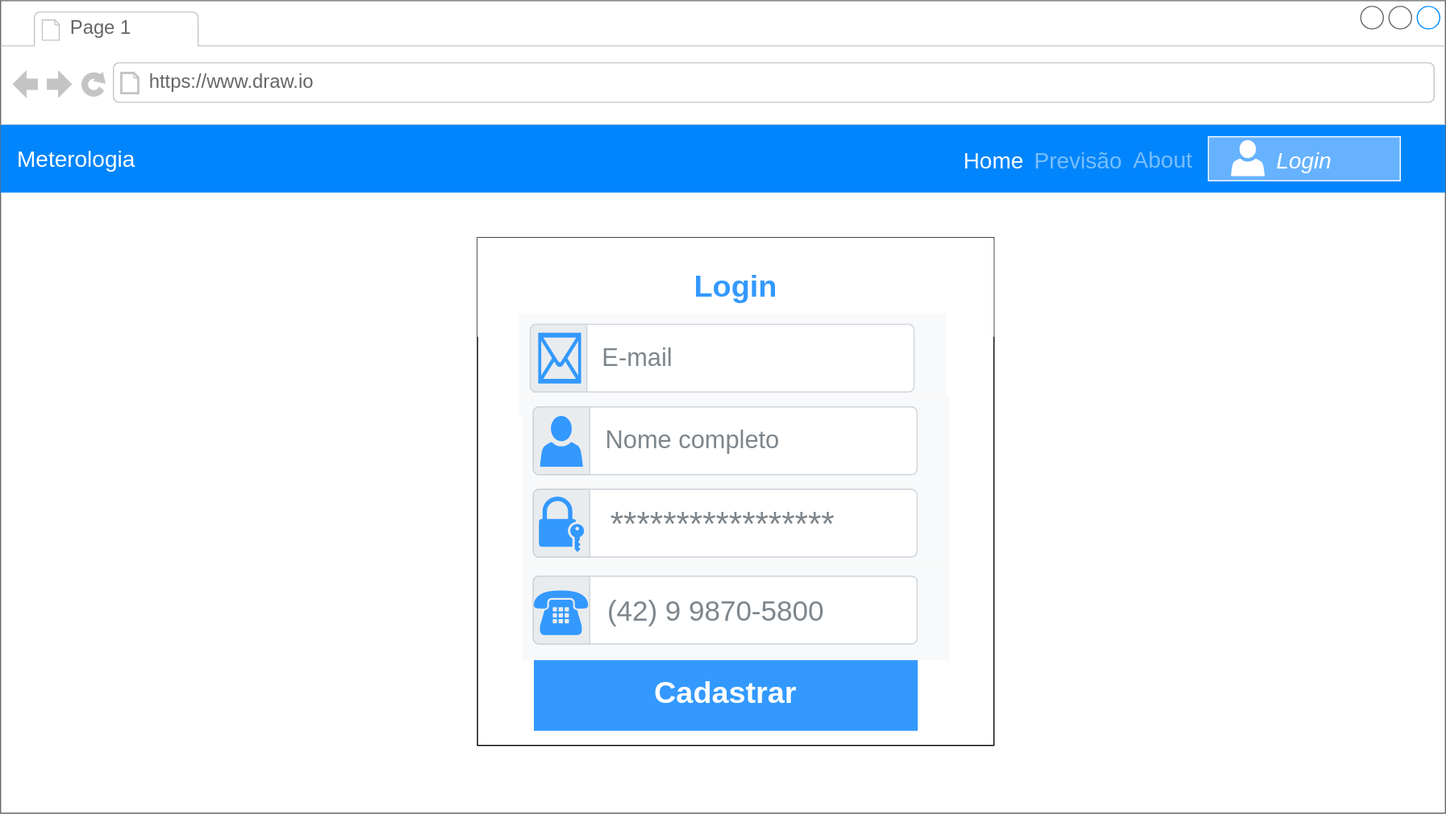
Above: wireframe/login-view.svg in LeoMatheus/bischoflima.github.io (draw.io), before the change. Source tidied: cells renumbered, new cells last; positions are measured from the earlier drawing's top-left corner, leaving out a move shared by most shapes. The source it was exported from:
```xml
<mxGraphModel>
  <root>
    <mxCell id="0" />
    <mxCell id="1" parent="0" />
    <mxCell id="2" style="strokeWidth=1;shadow=0;dashed=0;align=center;html=1;shape=mxgraph.mockup.containers.browserWindow;rSize=0;strokeColor=#666666;strokeColor2=#008cff;strokeColor3=#c4c4c4;mainText=,;" parent="1" vertex="1">
      <mxGeometry width="1280" height="720" as="geometry" />
    </mxCell>
    <mxCell id="3" value="Page 1" style="strokeWidth=1;shadow=0;dashed=0;align=center;html=1;shape=mxgraph.mockup.containers.anchor;fontSize=17;fontColor=#666666;align=left;" parent="2" vertex="1">
      <mxGeometry x="60" y="12" width="110" height="26" as="geometry" />
    </mxCell>
    <mxCell id="4" value="https://www.draw.io" style="strokeWidth=1;shadow=0;dashed=0;align=center;html=1;shape=mxgraph.mockup.containers.anchor;rSize=0;fontSize=17;fontColor=#666666;align=left;" parent="2" vertex="1">
      <mxGeometry x="130" y="60" width="250" height="26" as="geometry" />
    </mxCell>
    <mxCell id="5" value="&lt;font style=&quot;font-size: 20px&quot;&gt;Meterologia&lt;/font&gt;" style="html=1;shadow=0;dashed=0;fillColor=#0085FC;strokeColor=none;fontSize=16;fontColor=#ffffff;align=left;spacing=15;" parent="2" vertex="1">
      <mxGeometry y="110" width="1280" height="60" as="geometry" />
    </mxCell>
    <mxCell id="6" style="group;" parent="2" vertex="1">
      <mxGeometry x="422.5" y="210" width="507.5" height="450" as="geometry" />
    </mxCell>
    <mxCell id="7" style="rounded=0;whiteSpace=wrap;html=1;" parent="6" vertex="1">
      <mxGeometry width="457.5" height="450" as="geometry" />
    </mxCell>
    <mxCell id="8" value="&lt;b&gt;&lt;font style=&quot;font-size: 27px&quot;&gt;Login&lt;/font&gt;&lt;/b&gt;" style="html=1;shadow=0;dashed=0;strokeColor=none;fontSize=16;align=center;spacing=15;labelBackgroundColor=none;fillColor=#FFFFFF;fontColor=#3399FF;" parent="6" vertex="1">
      <mxGeometry width="457.5" height="87.8" as="geometry" />
    </mxCell>
    <mxCell id="9" style="group;" parent="6" vertex="1">
      <mxGeometry x="36.8" y="66.8" width="378.7" height="276" as="geometry" />
    </mxCell>
    <mxCell id="10" style="html=1;shadow=0;dashed=0;fillColor=#F8F9FA;strokeColor=none;fontSize=16;fontColor=#181819;align=left;spacing=15;" parent="9" vertex="1">
      <mxGeometry width="378.7" height="90" as="geometry" />
    </mxCell>
    <mxCell id="11" value="&lt;font style=&quot;font-size: 22px&quot;&gt;&amp;nbsp; E-mail&lt;/font&gt;" style="html=1;shadow=0;dashed=0;shape=mxgraph.bootstrap.rrect;rSize=5;strokeColor=#CED4DA;html=1;whiteSpace=wrap;fillColor=#FFFFFF;fontColor=#7D868C;align=left;spacingLeft=50;fontSize=14;" parent="10" vertex="1">
      <mxGeometry width="340" height="60" relative="1" as="geometry">
        <mxPoint x="10" y="10" as="offset" />
      </mxGeometry>
    </mxCell>
    <mxCell id="12" style="html=1;shadow=0;dashed=0;shape=mxgraph.bootstrap.leftButton;strokeColor=inherit;gradientColor=inherit;fontColor=inherit;fillColor=#E9ECEF;rSize=5;perimeter=none;whiteSpace=wrap;" parent="11" vertex="1">
      <mxGeometry width="50" height="60" relative="1" as="geometry" />
    </mxCell>
    <mxCell id="13" style="shape=mxgraph.signs.tech.mail;html=1;strokeColor=none;verticalLabelPosition=bottom;verticalAlign=top;align=center;labelBackgroundColor=none;fontSize=20;fontColor=#E6E6E6;fillColor=#3399FF;" parent="11" vertex="1">
      <mxGeometry x="7" y="7.5" width="38" height="45" as="geometry" />
    </mxCell>
    <mxCell id="14" value="&lt;b&gt;&lt;font style=&quot;font-size: 27px&quot;&gt;Cadastrar&lt;/font&gt;&lt;/b&gt;" style="html=1;shadow=0;dashed=0;strokeColor=none;fontSize=16;align=center;spacing=15;labelBackgroundColor=none;fillColor=#3399FF;fontColor=#FFFFFF;" parent="6" vertex="1">
      <mxGeometry x="50" y="371.2" width="340" height="65.8" as="geometry" />
    </mxCell>
    <mxCell id="15" style="html=1;shadow=0;dashed=0;fillColor=#F8F9FA;strokeColor=none;fontSize=16;fontColor=#181819;align=left;spacing=15;" parent="6" vertex="1">
      <mxGeometry x="39.4" y="140" width="378.7" height="82.2" as="geometry" />
    </mxCell>
    <mxCell id="16" value="&lt;font style=&quot;font-size: 22px&quot;&gt;&amp;nbsp; Nome completo&lt;br&gt;&lt;/font&gt;" style="html=1;shadow=0;dashed=0;shape=mxgraph.bootstrap.rrect;rSize=5;strokeColor=#CED4DA;html=1;whiteSpace=wrap;fillColor=#FFFFFF;fontColor=#7D868C;align=left;spacingLeft=50;fontSize=14;" parent="15" vertex="1">
      <mxGeometry width="340" height="60" relative="1" as="geometry">
        <mxPoint x="10" y="10" as="offset" />
      </mxGeometry>
    </mxCell>
    <mxCell id="17" style="html=1;shadow=0;dashed=0;shape=mxgraph.bootstrap.leftButton;strokeColor=inherit;gradientColor=inherit;fontColor=inherit;fillColor=#E9ECEF;rSize=5;perimeter=none;whiteSpace=wrap;" parent="16" vertex="1">
      <mxGeometry width="50" height="60" relative="1" as="geometry" />
    </mxCell>
    <mxCell id="18" style="shadow=0;dashed=0;html=1;strokeColor=none;labelPosition=center;verticalLabelPosition=bottom;verticalAlign=top;align=center;shape=mxgraph.office.users.user;labelBackgroundColor=none;fontSize=20;fontColor=#E6E6E6;fillColor=#3399FF;" parent="16" vertex="1">
      <mxGeometry x="6" y="8" width="38" height="45" as="geometry" />
    </mxCell>
    <mxCell id="19" style="html=1;shadow=0;dashed=0;fillColor=#F8F9FA;strokeColor=none;fontSize=16;fontColor=#181819;align=left;spacing=15;" parent="6" vertex="1">
      <mxGeometry x="39.4" y="213" width="378.7" height="84.4" as="geometry" />
    </mxCell>
    <mxCell id="20" value="&lt;font style=&quot;font-size: 30px&quot;&gt;&amp;nbsp; *****************&lt;/font&gt;" style="html=1;shadow=0;dashed=0;shape=mxgraph.bootstrap.rrect;rSize=5;strokeColor=#CED4DA;html=1;whiteSpace=wrap;fillColor=#FFFFFF;fontColor=#7D868C;align=left;spacingLeft=50;fontSize=14;" parent="19" vertex="1">
      <mxGeometry width="340" height="60" relative="1" as="geometry">
        <mxPoint x="10" y="10" as="offset" />
      </mxGeometry>
    </mxCell>
    <mxCell id="21" style="html=1;shadow=0;dashed=0;shape=mxgraph.bootstrap.leftButton;strokeColor=inherit;gradientColor=inherit;fontColor=inherit;fillColor=#E9ECEF;rSize=5;perimeter=none;whiteSpace=wrap;" parent="20" vertex="1">
      <mxGeometry width="50" height="60" relative="1" as="geometry" />
    </mxCell>
    <mxCell id="22" style="shadow=0;dashed=0;html=1;strokeColor=none;labelPosition=center;verticalLabelPosition=bottom;verticalAlign=top;align=center;shape=mxgraph.office.security.lock_with_key_security;fontSize=20;labelBackgroundColor=none;fontColor=#E6E6E6;fillColor=#3399FF;" parent="20" vertex="1">
      <mxGeometry x="5" y="6.5" width="40" height="49" as="geometry" />
    </mxCell>
    <mxCell id="23" style="html=1;shadow=0;dashed=0;fillColor=#F8F9FA;strokeColor=none;fontSize=16;fontColor=#181819;align=left;spacing=15;" parent="6" vertex="1">
      <mxGeometry x="39.4" y="290" width="378.7" height="84.4" as="geometry" />
    </mxCell>
    <mxCell id="24" value="&lt;sub&gt;&lt;font style=&quot;font-size: 25px&quot;&gt;&amp;nbsp; (42) 9 9870-5800&lt;/font&gt;&lt;/sub&gt;" style="html=1;shadow=0;dashed=0;shape=mxgraph.bootstrap.rrect;rSize=5;strokeColor=#CED4DA;html=1;whiteSpace=wrap;fillColor=#FFFFFF;fontColor=#7D868C;align=left;spacingLeft=50;fontSize=14;" parent="23" vertex="1">
      <mxGeometry width="340" height="60" relative="1" as="geometry">
        <mxPoint x="10" y="10" as="offset" />
      </mxGeometry>
    </mxCell>
    <mxCell id="25" style="html=1;shadow=0;dashed=0;shape=mxgraph.bootstrap.leftButton;strokeColor=inherit;gradientColor=inherit;fontColor=inherit;fillColor=#E9ECEF;rSize=5;perimeter=none;whiteSpace=wrap;" parent="24" vertex="1">
      <mxGeometry width="50" height="60" relative="1" as="geometry" />
    </mxCell>
    <mxCell id="26" style="shadow=0;dashed=0;html=1;strokeColor=none;labelPosition=center;verticalLabelPosition=bottom;verticalAlign=top;align=center;shape=mxgraph.office.devices.phone_traditional;fillColor=#3399FF;" parent="24" vertex="1">
      <mxGeometry x="0.5" y="12.2" width="48" height="40" as="geometry" />
    </mxCell>
    <mxCell id="27" style="group;" parent="2" vertex="1">
      <mxGeometry x="840" y="119.5" width="410" height="41" as="geometry" />
    </mxCell>
    <mxCell id="28" value="Previsão" style="fillColor=none;strokeColor=none;fontSize=20;fontColor=#79BFFD;align=center;" parent="27" vertex="1">
      <mxGeometry x="80" y="1" width="70" height="40" as="geometry" />
    </mxCell>
    <mxCell id="29" value="Home" style="fillColor=none;strokeColor=none;fontSize=20;align=center;spacingRight=0;fontColor=#FFFFFF;" parent="27" vertex="1">
      <mxGeometry y="1" width="80" height="39" as="geometry" />
    </mxCell>
    <mxCell id="30" value="About" style="fillColor=none;strokeColor=none;fontSize=20;fontColor=#79BFFD;align=center;" parent="27" vertex="1">
      <mxGeometry x="150" width="80" height="40" as="geometry" />
    </mxCell>
    <mxCell id="31" style="group;" parent="27" vertex="1">
      <mxGeometry x="230" y="1" width="170" height="39" as="geometry" />
    </mxCell>
    <mxCell id="32" value="Login" style="fontSize=20;align=center;spacingRight=0;fillColor=#66B2FF;fontColor=#FFFFFF;fontStyle=2;labelBorderColor=none;strokeColor=#FFFFFF;" parent="31" vertex="1">
      <mxGeometry width="170" height="39" as="geometry" />
    </mxCell>
    <mxCell id="33" style="shadow=0;dashed=0;html=1;strokeColor=none;labelPosition=center;verticalLabelPosition=bottom;verticalAlign=top;align=center;shape=mxgraph.office.users.user;labelBackgroundColor=none;fontSize=20;fontColor=#E6E6E6;fillColor=#FFFFFF;" parent="31" vertex="1">
      <mxGeometry x="20" y="3" width="30" height="32" as="geometry" />
    </mxCell>
  </root>
</mxGraphModel>
```
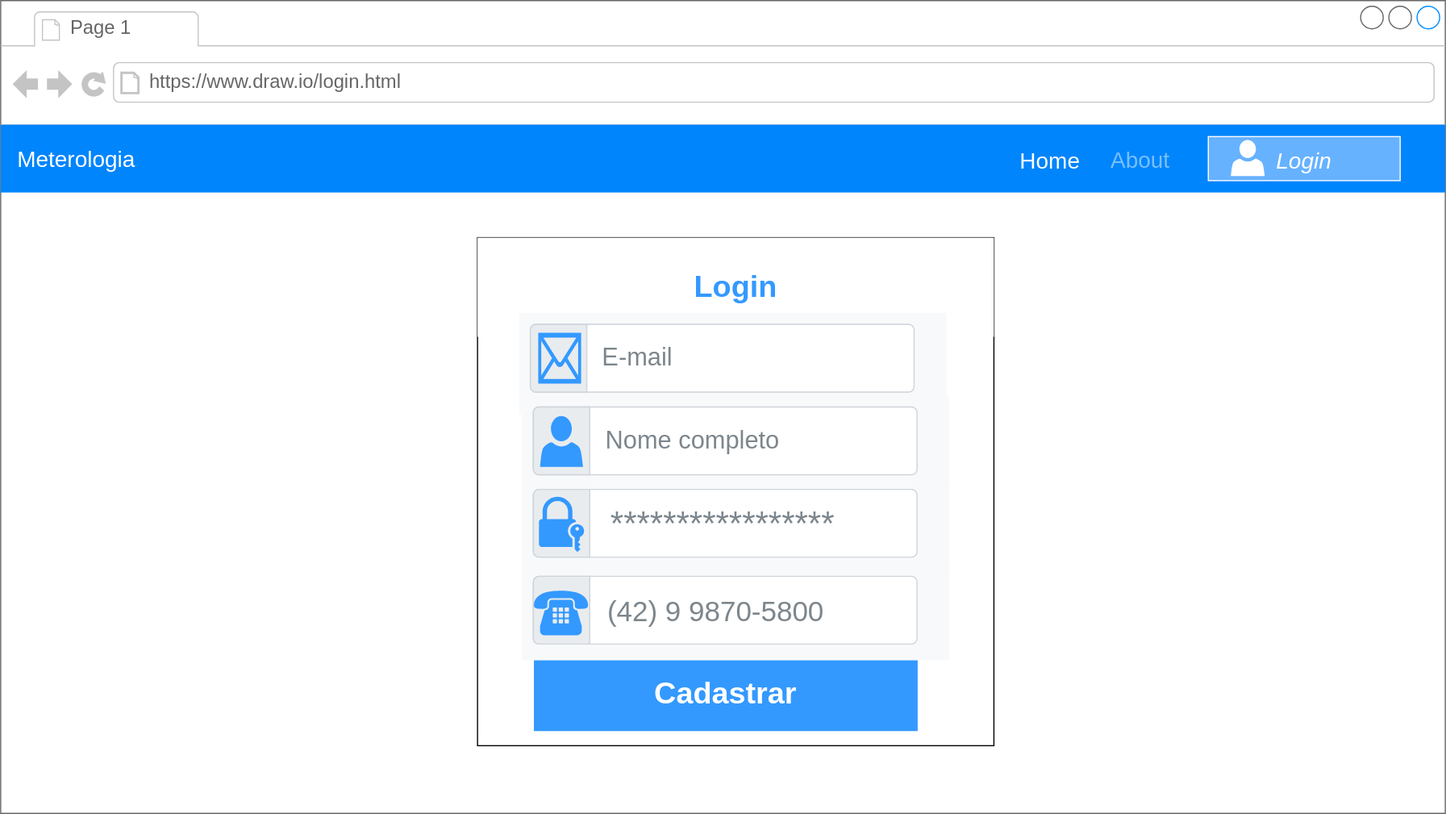
The same diagram one commit later.

Commit message:
criada a view de dados do cliente

Diff of the diagram source:
```diff
@@ -8,7 +8,7 @@
     <mxCell id="3" value="Page 1" style="strokeWidth=1;shadow=0;dashed=0;align=center;html=1;shape=mxgraph.mockup.containers.anchor;fontSize=17;fontColor=#666666;align=left;" parent="2" vertex="1">
       <mxGeometry x="60" y="12" width="110" height="26" as="geometry" />
     </mxCell>
-    <mxCell id="4" value="https://www.draw.io" style="strokeWidth=1;shadow=0;dashed=0;align=center;html=1;shape=mxgraph.mockup.containers.anchor;rSize=0;fontSize=17;fontColor=#666666;align=left;" parent="2" vertex="1">
+    <mxCell id="4" value="https://www.draw.io/login.html" style="strokeWidth=1;shadow=0;dashed=0;align=center;html=1;shape=mxgraph.mockup.containers.anchor;rSize=0;fontSize=17;fontColor=#666666;align=left;" parent="2" vertex="1">
       <mxGeometry x="130" y="60" width="250" height="26" as="geometry" />
     </mxCell>
     <mxCell id="5" value="&lt;font style=&quot;font-size: 20px&quot;&gt;Meterologia&lt;/font&gt;" style="html=1;shadow=0;dashed=0;fillColor=#0085FC;strokeColor=none;fontSize=16;fontColor=#ffffff;align=left;spacing=15;" parent="2" vertex="1">
@@ -88,15 +88,9 @@
     <mxCell id="27" style="group;" parent="2" vertex="1">
       <mxGeometry x="840" y="119.5" width="410" height="41" as="geometry" />
     </mxCell>
-    <mxCell id="28" value="Previsão" style="fillColor=none;strokeColor=none;fontSize=20;fontColor=#79BFFD;align=center;" parent="27" vertex="1">
-      <mxGeometry x="80" y="1" width="70" height="40" as="geometry" />
-    </mxCell>
     <mxCell id="29" value="Home" style="fillColor=none;strokeColor=none;fontSize=20;align=center;spacingRight=0;fontColor=#FFFFFF;" parent="27" vertex="1">
-      <mxGeometry y="1" width="80" height="39" as="geometry" />
+      <mxGeometry x="50" y="1" width="80" height="39" as="geometry" />
     </mxCell>
-    <mxCell id="30" value="About" style="fillColor=none;strokeColor=none;fontSize=20;fontColor=#79BFFD;align=center;" parent="27" vertex="1">
-      <mxGeometry x="150" width="80" height="40" as="geometry" />
-    </mxCell>
     <mxCell id="31" style="group;" parent="27" vertex="1">
       <mxGeometry x="230" y="1" width="170" height="39" as="geometry" />
     </mxCell>
@@ -106,5 +100,8 @@
     <mxCell id="33" style="shadow=0;dashed=0;html=1;strokeColor=none;labelPosition=center;verticalLabelPosition=bottom;verticalAlign=top;align=center;shape=mxgraph.office.users.user;labelBackgroundColor=none;fontSize=20;fontColor=#E6E6E6;fillColor=#FFFFFF;" parent="31" vertex="1">
       <mxGeometry x="20" y="3" width="30" height="32" as="geometry" />
     </mxCell>
+    <mxCell id="30" value="About" style="fillColor=none;strokeColor=none;fontSize=20;fontColor=#79BFFD;align=center;" parent="2" vertex="1">
+      <mxGeometry x="970" y="119.5" width="80" height="40" as="geometry" />
+    </mxCell>
   </root>
 </mxGraphModel>
```
